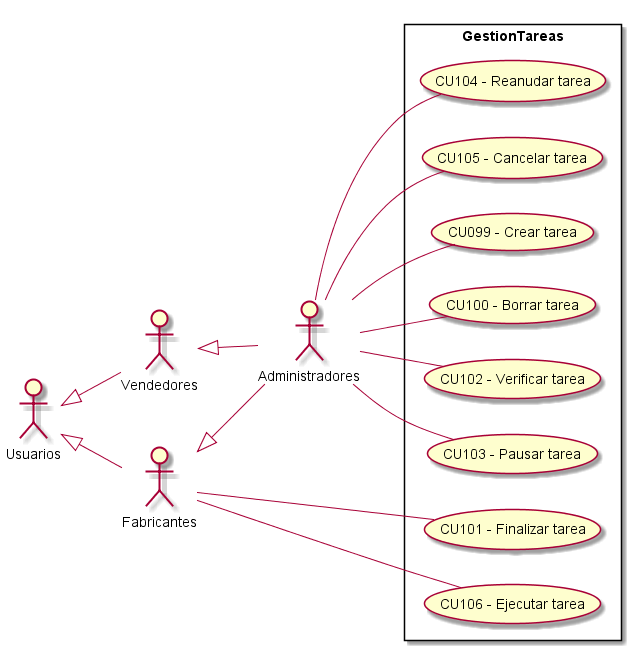
Before: Informe Final/Imagenes/ModeladoDeCasosDeUso/DiagramaDeCasosDeUso/GestionTareas.png, a diagram exported from PlantUML (ZMGestion/DocumentacionZMGestion).
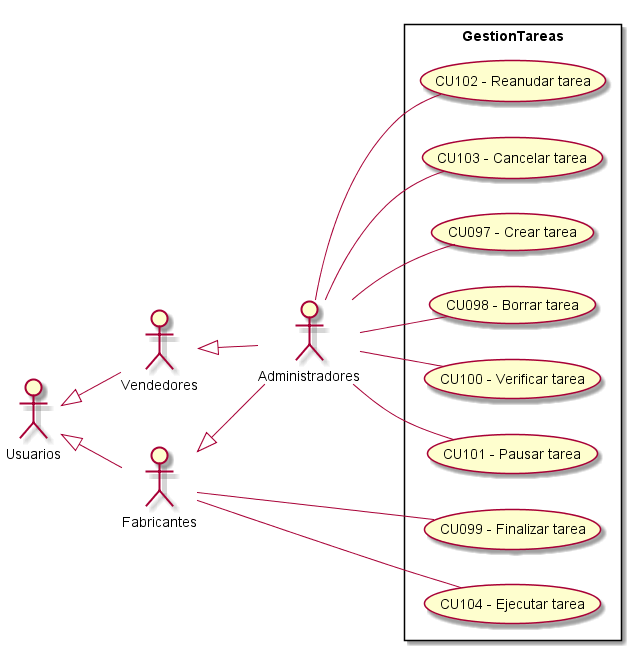
After the commit.

The edit, as a diff of the source:
```diff
@@ -13,14 +13,14 @@
  left to right direction
 
 rectangle GestionTareas{
-    UseCase "CU099 - Crear tarea" as C
-    UseCase "CU100 - Borrar tarea" as B
-    UseCase "CU101 - Finalizar tarea" as Finalizar
-    UseCase "CU102 - Verificar tarea" as Verificar
-    UseCase "CU103 - Pausar tarea" as Pausar
-    UseCase "CU104 - Reanudar tarea" as Reanudar
-    UseCase "CU105 - Cancelar tarea" as Cancelar
-    UseCase "CU106 - Ejecutar tarea" as Ejecutar
+    UseCase "CU097 - Crear tarea" as C
+    UseCase "CU098 - Borrar tarea" as B
+    UseCase "CU099 - Finalizar tarea" as Finalizar
+    UseCase "CU100 - Verificar tarea" as Verificar
+    UseCase "CU101 - Pausar tarea" as Pausar
+    UseCase "CU102 - Reanudar tarea" as Reanudar
+    UseCase "CU103 - Cancelar tarea" as Cancelar
+    UseCase "CU104 - Ejecutar tarea" as Ejecutar
 }
     Administradores -- C
     Administradores -- B
```
